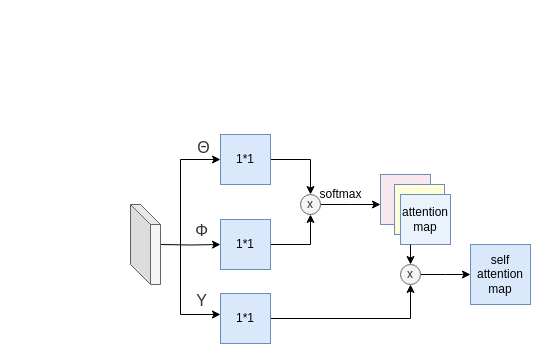
Hymhh/hymhh keeps this draw.io diagram as sa.drawio. Above is the earlier version. Source tidied: cells renumbered, new cells numbered last; positions are measured from the earlier drawing's top-left corner, leaving out a move shared by most shapes. Both pictures are drawn from the tidied source at 100%, with x=0, y=0 at pixel (130, 134).
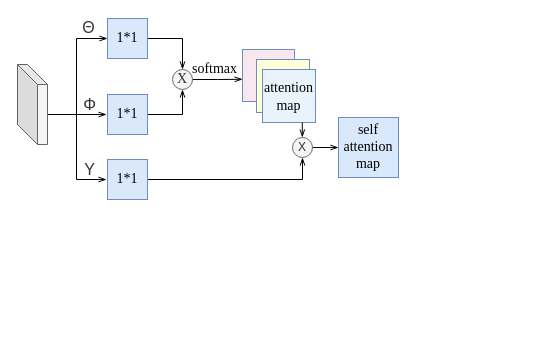
The same diagram, later.

The edit, as a diff of the source:
```diff
@@
-    <mxCell id="2" style="edgeStyle=orthogonalEdgeStyle;rounded=0;jettySize=auto;html=1;exitX=1;exitY=0.5;exitDx=0;exitDy=0;entryX=0;entryY=0.5;entryDx=0;entryDy=0;" parent="1" edge="1" target="6">
-      <mxGeometry relative="1" as="geometry">
-        <mxPoint x="30" y="110" as="sourcePoint" />
-      </mxGeometry>
-    </mxCell>
-    <mxCell id="3" style="edgeStyle=orthogonalEdgeStyle;rounded=0;jettySize=auto;html=1;exitX=1;exitY=0.5;exitDx=0;exitDy=0;entryX=0.5;entryY=0;entryDx=0;entryDy=0;" parent="1" edge="1" source="4" target="12">
+    <mxCell id="3" style="edgeStyle=orthogonalEdgeStyle;rounded=0;jettySize=auto;html=1;exitX=1;exitY=0.5;exitDx=0;exitDy=0;entryX=0.5;entryY=0;entryDx=0;entryDy=0;endArrow=openThin;endFill=0;strokeWidth=1;" parent="1" edge="1" source="30" target="12">
       <mxGeometry relative="1" as="geometry" />
     </mxCell>
-    <mxCell id="4" value="1*1" style="whiteSpace=wrap;html=1;fillColor=#dae8fc;strokeColor=#6c8ebf;" parent="1" vertex="1">
-      <mxGeometry x="90" width="50" height="50" as="geometry" />
-    </mxCell>
-    <mxCell id="5" style="edgeStyle=orthogonalEdgeStyle;rounded=0;jettySize=auto;html=1;exitX=1;exitY=0.5;exitDx=0;exitDy=0;entryX=0.5;entryY=1;entryDx=0;entryDy=0;" parent="1" edge="1" source="6" target="12">
+    <mxCell id="5" style="edgeStyle=orthogonalEdgeStyle;rounded=0;jettySize=auto;html=1;exitX=1;exitY=0.5;exitDx=0;exitDy=0;entryX=0.5;entryY=1;entryDx=0;entryDy=0;endArrow=openThin;endFill=0;strokeWidth=1;" parent="1" edge="1" source="6" target="12">
       <mxGeometry relative="1" as="geometry" />
     </mxCell>
-    <mxCell id="6" value="1*1" style="whiteSpace=wrap;html=1;fillColor=#dae8fc;strokeColor=#6c8ebf;" parent="1" vertex="1">
-      <mxGeometry x="90" y="85" width="50" height="50" as="geometry" />
+    <mxCell id="6" value="&lt;font style=&quot;font-size: 14px&quot; face=&quot;Times New Roman&quot;&gt;1*1&lt;/font&gt;" style="whiteSpace=wrap;html=1;fillColor=#dae8fc;strokeColor=#6c8ebf;" parent="1" vertex="1">
+      <mxGeometry x="-23" y="-40" width="40" height="40" as="geometry" />
     </mxCell>
-    <mxCell id="7" style="edgeStyle=orthogonalEdgeStyle;rounded=0;jettySize=auto;html=1;exitX=1;exitY=0.5;exitDx=0;exitDy=0;entryX=0.5;entryY=1;entryDx=0;entryDy=0;" parent="1" edge="1" source="8" target="16">
+    <mxCell id="7" style="edgeStyle=orthogonalEdgeStyle;rounded=0;jettySize=auto;html=1;exitX=1;exitY=0.5;exitDx=0;exitDy=0;entryX=0.5;entryY=1;entryDx=0;entryDy=0;strokeWidth=1;endArrow=openThin;endFill=0;" parent="1" edge="1" source="31" target="16">
       <mxGeometry relative="1" as="geometry" />
     </mxCell>
-    <mxCell id="8" value="1*1" style="whiteSpace=wrap;html=1;fillColor=#dae8fc;strokeColor=#6c8ebf;" parent="1" vertex="1">
-      <mxGeometry x="90" y="159" width="50" height="50" as="geometry" />
-    </mxCell>
-    <mxCell id="9" style="endArrow=classic;html=1;entryX=0;entryY=0.5;entryDx=0;entryDy=0;" parent="1" edge="1">
-      <mxGeometry relative="1" as="geometry">
-        <mxPoint x="50" y="180" as="sourcePoint" />
-        <mxPoint x="90" y="180" as="targetPoint" />
-      </mxGeometry>
-    </mxCell>
-    <mxCell id="10" style="endArrow=classic;html=1;entryX=0;entryY=0.5;entryDx=0;entryDy=0;" parent="1" edge="1" target="4">
-      <mxGeometry relative="1" as="geometry">
-        <mxPoint x="50" y="25" as="sourcePoint" />
-      </mxGeometry>
-    </mxCell>
-    <mxCell id="11" style="edgeStyle=orthogonalEdgeStyle;rounded=0;jettySize=auto;html=1;exitX=1;exitY=0.5;exitDx=0;exitDy=0;" parent="1" edge="1" source="12">
-      <mxGeometry relative="1" as="geometry">
-        <mxPoint x="250" y="70" as="targetPoint" />
-      </mxGeometry>
-    </mxCell>
+    <mxCell id="26" style="edgeStyle=orthogonalEdgeStyle;rounded=0;jettySize=auto;html=1;exitX=1;exitY=0.5;exitDx=0;exitDy=0;endArrow=openThin;endFill=0;strokeWidth=1;entryX=0.003;entryY=0.573;entryDx=0;entryDy=0;entryPerimeter=0;" parent="1" edge="1" source="12" target="14">
+      <mxGeometry relative="1" as="geometry" />
+    </mxCell>
-    <mxCell id="12" value="x" style="ellipse;whiteSpace=wrap;html=1;fillColor=#f5f5f5;strokeColor=#666666;fontColor=#333333;" parent="1" vertex="1">
-      <mxGeometry x="170" y="60" width="20" height="20" as="geometry" />
+    <mxCell id="12" value="&lt;font style=&quot;font-size: 14px&quot; face=&quot;Times New Roman&quot;&gt;X&lt;/font&gt;" style="ellipse;whiteSpace=wrap;html=1;fillColor=#f5f5f5;strokeColor=#666666;fontColor=#333333;" parent="1" vertex="1">
+      <mxGeometry x="42" y="-65" width="20" height="20" as="geometry" />
     </mxCell>
-    <mxCell id="13" value="softmax" style="text;html=1;align=center;verticalAlign=middle;fillColor=none;strokeColor=none;rounded=0;" parent="1" vertex="1">
-      <mxGeometry x="180" y="50" width="60" height="20" as="geometry" />
+    <mxCell id="13" value="&lt;font face=&quot;Times New Roman&quot; style=&quot;font-size: 14px&quot;&gt;softmax&lt;/font&gt;" style="text;html=1;align=center;verticalAlign=middle;fillColor=none;strokeColor=none;rounded=0;" parent="1" vertex="1">
+      <mxGeometry x="56" y="-74" width="56" height="17" as="geometry" />
     </mxCell>
     <mxCell id="14" style="whiteSpace=wrap;html=1;fillColor=#F8E7EE;strokeColor=#6c8ebf;" parent="1" vertex="1">
-      <mxGeometry x="250" y="40" width="50" height="50" as="geometry" />
+      <mxGeometry x="112" y="-85" width="52" height="52" as="geometry" />
     </mxCell>
-    <mxCell id="15" style="edgeStyle=orthogonalEdgeStyle;rounded=0;jettySize=auto;html=1;exitX=1;exitY=0.5;exitDx=0;exitDy=0;" parent="1" edge="1" source="16">
-      <mxGeometry relative="1" as="geometry">
-        <mxPoint x="340" y="140" as="targetPoint" />
-      </mxGeometry>
+    <mxCell id="15" style="edgeStyle=orthogonalEdgeStyle;rounded=0;jettySize=auto;html=1;exitX=1;exitY=0.5;exitDx=0;exitDy=0;entryX=0;entryY=0.5;entryDx=0;entryDy=0;strokeWidth=1;strokeColor=#000000;endArrow=openThin;endFill=0;" parent="1" edge="1" source="16" target="17">
+      <mxGeometry relative="1" as="geometry" />
     </mxCell>
-    <mxCell id="16" value="x" style="ellipse;whiteSpace=wrap;html=1;fillColor=#f5f5f5;strokeColor=#666666;fontColor=#333333;" parent="1" vertex="1">
-      <mxGeometry x="270" y="130" width="20" height="20" as="geometry" />
+    <mxCell id="16" value="X" style="ellipse;whiteSpace=wrap;html=1;fillColor=#f5f5f5;strokeColor=#666666;fontColor=#333333;" parent="1" vertex="1">
+      <mxGeometry x="162" y="3" width="20" height="20" as="geometry" />
     </mxCell>
-    <mxCell id="17" value="self attention&lt;br&gt;map" style="whiteSpace=wrap;html=1;fillColor=#dae8fc;strokeColor=#6c8ebf;" parent="1" vertex="1">
-      <mxGeometry x="340" y="110" width="60" height="60" as="geometry" />
+    <mxCell id="17" value="&lt;font face=&quot;Times New Roman&quot; style=&quot;font-size: 14px&quot;&gt;self attention&lt;br&gt;map&lt;/font&gt;" style="whiteSpace=wrap;html=1;fillColor=#dae8fc;strokeColor=#6c8ebf;" parent="1" vertex="1">
+      <mxGeometry x="208" y="-17" width="60" height="60" as="geometry" />
     </mxCell>
-    <mxCell id="18" style="endArrow=none;html=1;" parent="1" edge="1">
-      <mxGeometry relative="1" as="geometry">
-        <mxPoint x="50" y="180" as="sourcePoint" />
-        <mxPoint x="50" y="25" as="targetPoint" />
-      </mxGeometry>
-    </mxCell>
+    <mxCell id="27" style="edgeStyle=orthogonalEdgeStyle;rounded=0;jettySize=auto;html=1;exitX=0;exitY=0;exitDx=30;exitDy=50;exitPerimeter=0;strokeWidth=1;endArrow=openThin;endFill=0;entryX=0;entryY=0.5;entryDx=0;entryDy=0;" parent="1" edge="1" source="19" target="30">
+      <mxGeometry relative="1" as="geometry">
+        <Array as="points">
+          <mxPoint x="-54" y="-20" />
+          <mxPoint x="-54" y="-96" />
+        </Array>
+      </mxGeometry>
+    </mxCell>
+    <mxCell id="28" style="edgeStyle=orthogonalEdgeStyle;rounded=0;jettySize=auto;html=1;exitX=0;exitY=0;exitDx=30.000000000000004;exitDy=50;exitPerimeter=0;endArrow=openThin;endFill=0;strokeWidth=1;" parent="1" edge="1" source="19">
+      <mxGeometry relative="1" as="geometry">
+        <mxPoint x="-23.9" y="-20" as="targetPoint" />
+      </mxGeometry>
+    </mxCell>
+    <mxCell id="29" style="edgeStyle=orthogonalEdgeStyle;rounded=0;orthogonalLoop=1;jettySize=auto;html=1;exitX=0;exitY=0;exitDx=30;exitDy=50;exitPerimeter=0;entryX=0;entryY=0.5;entryDx=0;entryDy=0;endArrow=openThin;endFill=0;strokeWidth=1;" parent="1" edge="1">
+      <mxGeometry relative="1" as="geometry">
+        <mxPoint x="-84" y="-20" as="sourcePoint" />
+        <mxPoint x="-24" y="45" as="targetPoint" />
+        <Array as="points">
+          <mxPoint x="-54" y="-20" />
+          <mxPoint x="-54" y="45" />
+        </Array>
+      </mxGeometry>
+    </mxCell>
     <mxCell id="19" style="shape=cube;whiteSpace=wrap;html=1;boundedLbl=1;backgroundOutline=1;darkOpacity=0.05;darkOpacity2=0.1;strokeColor=#666666;fillColor=#f5f5f5;fontColor=#333333;" parent="1" vertex="1">
-      <mxGeometry y="70" width="30" height="80" as="geometry" />
+      <mxGeometry x="-113" y="-70" width="30" height="80" as="geometry" />
     </mxCell>
     <mxCell id="20" style="whiteSpace=wrap;html=1;fillColor=#FEFFD9;strokeColor=#6c8ebf;" parent="1" vertex="1">
-      <mxGeometry x="264" y="50" width="50" height="50" as="geometry" />
+      <mxGeometry x="126" y="-75" width="53" height="53" as="geometry" />
     </mxCell>
-    <mxCell id="21" value="attention&lt;br&gt;map" style="whiteSpace=wrap;html=1;fillColor=#EAF3FC;strokeColor=#6c8ebf;" parent="1" vertex="1">
-      <mxGeometry x="270" y="60" width="50" height="50" as="geometry" />
+    <mxCell id="21" value="&lt;span style=&quot;font-size: 14px&quot;&gt;&lt;font face=&quot;Times New Roman&quot; style=&quot;font-size: 14px&quot;&gt;attention&lt;br&gt;map&lt;/font&gt;&lt;/span&gt;" style="whiteSpace=wrap;html=1;fillColor=#EAF3FC;strokeColor=#6c8ebf;" parent="1" vertex="1">
+      <mxGeometry x="132" y="-65" width="53" height="53" as="geometry" />
     </mxCell>
-    <mxCell id="22" style="endArrow=classic;html=1;strokeColor=#000000;strokeWidth=1;entryX=0.5;entryY=0;entryDx=0;entryDy=0;" parent="1" edge="1" target="16">
+    <mxCell id="22" style="endArrow=openThin;html=1;strokeColor=#000000;strokeWidth=1;entryX=0.5;entryY=0;entryDx=0;entryDy=0;endFill=0;" parent="1" edge="1">
       <mxGeometry relative="1" as="geometry">
-        <mxPoint x="280" y="110" as="sourcePoint" />
+        <mxPoint x="171.8" y="-12" as="sourcePoint" />
+        <mxPoint x="171.8" y="3" as="targetPoint" />
       </mxGeometry>
     </mxCell>
     <mxCell id="23" value="&lt;span style=&quot;color: rgb(51 , 51 , 51) ; font-family: &amp;#34;pingfang sc&amp;#34; , &amp;#34;lantinghei sc&amp;#34; , &amp;#34;microsoft yahei&amp;#34; , &amp;#34;arial&amp;#34; , , sans-serif , &amp;#34;tahoma&amp;#34; ; font-size: 16px ; background-color: rgb(255 , 255 , 255)&quot;&gt;Θ&lt;/span&gt;" style="text;html=1;align=center;verticalAlign=middle;fillColor=none;strokeColor=none;rounded=0;" parent="1" vertex="1">
-      <mxGeometry x="62" y="3" width="22" height="19" as="geometry" />
+      <mxGeometry x="-53" y="-117" width="22" height="19" as="geometry" />
     </mxCell>
     <mxCell id="24" value="&lt;span style=&quot;color: rgb(51 , 51 , 51) ; font-family: &amp;#34;pingfang sc&amp;#34; , &amp;#34;lantinghei sc&amp;#34; , &amp;#34;microsoft yahei&amp;#34; , &amp;#34;arial&amp;#34; , , sans-serif , &amp;#34;tahoma&amp;#34; ; font-size: 16px ; background-color: rgb(255 , 255 , 255)&quot;&gt;Φ&lt;/span&gt;" style="text;html=1;align=center;verticalAlign=middle;fillColor=none;strokeColor=none;rounded=0;" parent="1" vertex="1">
-      <mxGeometry x="59" y="86" width="23" height="19" as="geometry" />
+      <mxGeometry x="-53" y="-40" width="23" height="19" as="geometry" />
     </mxCell>
     <mxCell id="25" value="&lt;span style=&quot;color: rgb(51 , 51 , 51) ; font-family: &amp;#34;pingfang sc&amp;#34; , &amp;#34;lantinghei sc&amp;#34; , &amp;#34;microsoft yahei&amp;#34; , &amp;#34;arial&amp;#34; , , sans-serif , &amp;#34;tahoma&amp;#34; ; font-size: 16px ; background-color: rgb(255 , 255 , 255)&quot;&gt;Υ&lt;/span&gt;" style="text;html=1;align=center;verticalAlign=middle;fillColor=none;strokeColor=none;rounded=0;" parent="1" vertex="1">
-      <mxGeometry x="60" y="156" width="21" height="19" as="geometry" />
+      <mxGeometry x="-52" y="25" width="21" height="19" as="geometry" />
     </mxCell>
+    <mxCell id="30" value="&lt;font style=&quot;font-size: 14px&quot; face=&quot;Times New Roman&quot;&gt;1*1&lt;/font&gt;" style="whiteSpace=wrap;html=1;fillColor=#dae8fc;strokeColor=#6c8ebf;" parent="1" vertex="1">
+      <mxGeometry x="-23" y="-116" width="40" height="40" as="geometry" />
+    </mxCell>
+    <mxCell id="31" value="&lt;font style=&quot;font-size: 14px&quot; face=&quot;Times New Roman&quot;&gt;1*1&lt;/font&gt;" style="whiteSpace=wrap;html=1;fillColor=#dae8fc;strokeColor=#6c8ebf;" parent="1" vertex="1">
+      <mxGeometry x="-23" y="25" width="40" height="40" as="geometry" />
+    </mxCell>
```
